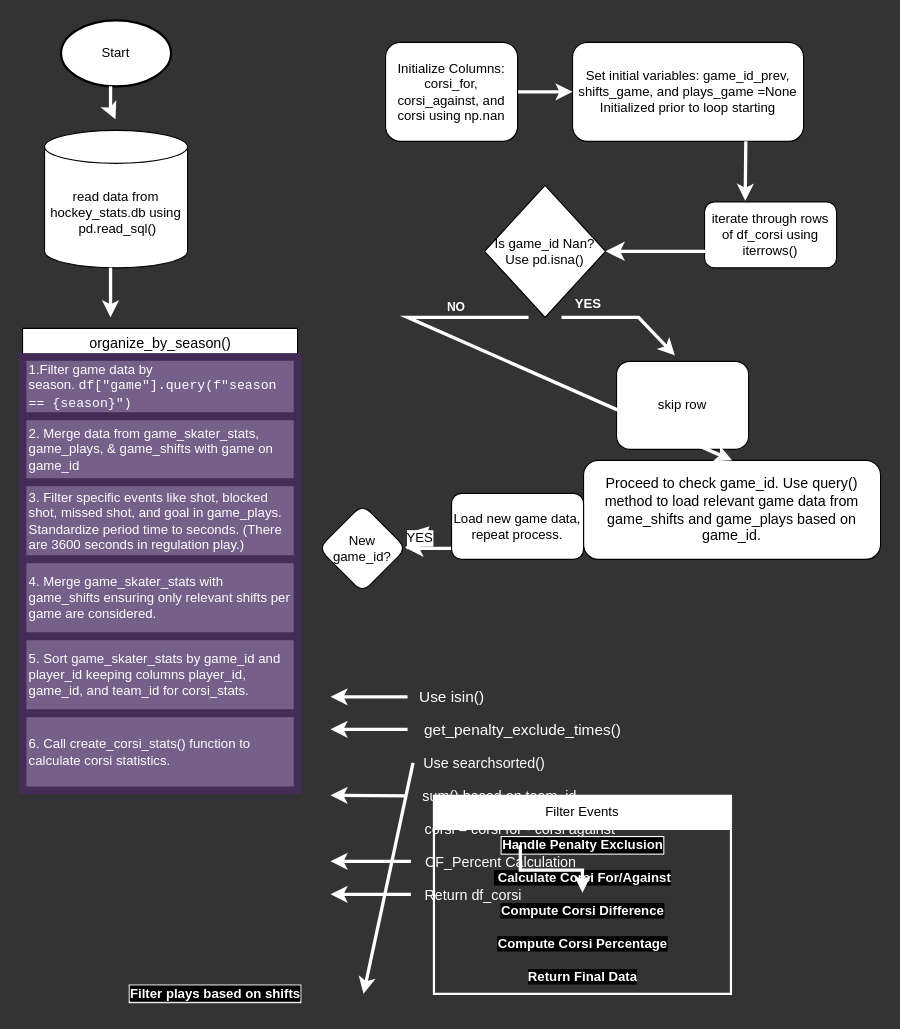
ewnike/cost_cup keeps this draw.io diagram as flowforcorsi.drawio. Above is the earlier version. Source tidied: cells renumbered, new cells numbered last; positions are measured from the earlier drawing's top-left corner, leaving out a move shared by most shapes. Both pictures are drawn from the tidied source at 110%, with x=0, y=0 at pixel (22, 20).
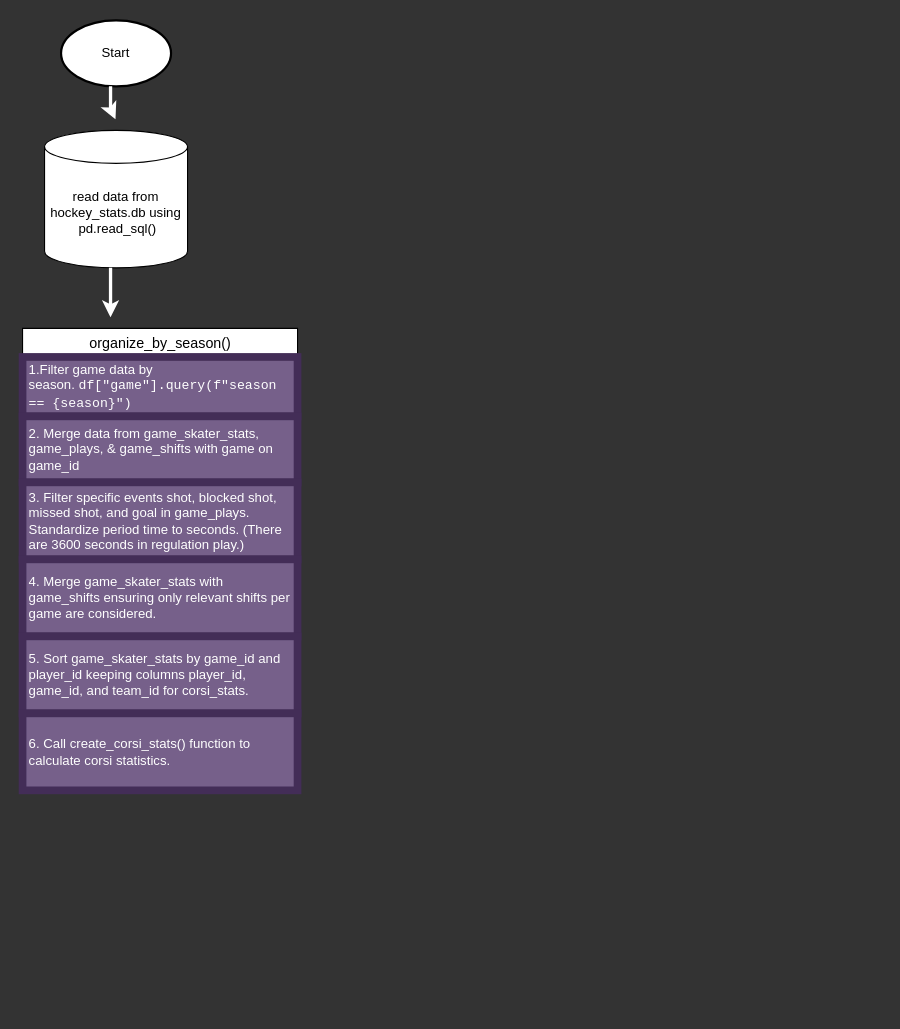
The same diagram, later.

The change refers to these unchanged cells:
```xml
<mxCell id="45" value="&lt;font style=&quot;font-size: 13px;&quot;&gt;organize_by_season()&lt;/font&gt;" style="swimlane;fontStyle=0;horizontal=1;startSize=26;html=1;" parent="1" vertex="1">
  <mxGeometry y="280" width="250" height="420" as="geometry" />
</mxCell>
```

What changed in the source:
```diff
@@
-    <mxCell id="3" value="Set initial variables: game_id_prev, shifts_game, and plays_game =None Initialized prior to loop starting" style="rounded=1;whiteSpace=wrap;html=1;fontSize=12;glass=0;strokeWidth=1;shadow=0;labelBackgroundColor=none;" parent="1" vertex="1">
-      <mxGeometry x="500" y="20" width="210" height="90" as="geometry" />
-    </mxCell>
@@
-    <mxCell id="5" style="edgeStyle=orthogonalEdgeStyle;rounded=0;jettySize=auto;html=1;strokeColor=#FFFFFF;strokeWidth=3;" parent="1" edge="1" source="6" target="3">
-      <mxGeometry relative="1" as="geometry" />
-    </mxCell>
-    <mxCell id="6" value="Initialize Columns: corsi_for, corsi_against, and corsi using np.nan" style="rounded=1;whiteSpace=wrap;html=1;fontSize=12;glass=0;strokeWidth=1;shadow=0;labelBackgroundColor=none;" parent="1" vertex="1">
-      <mxGeometry x="330" y="20" width="120" height="90" as="geometry" />
-    </mxCell>
-    <mxCell id="7" value="iterate through rows of df_corsi using iterrows()" style="rounded=1;whiteSpace=wrap;html=1;labelBackgroundColor=none;" parent="1" vertex="1">
-      <mxGeometry x="620" y="165" width="120" height="60" as="geometry" />
-    </mxCell>
-    <mxCell id="8" value="Is game_id Nan? Use pd.isna()" style="rhombus;whiteSpace=wrap;html=1;labelBackgroundColor=none;" parent="1" vertex="1">
-      <mxGeometry x="420" y="150" width="110" height="120" as="geometry" />
-    </mxCell>
-    <mxCell id="9" value="skip row" style="rounded=1;whiteSpace=wrap;html=1;labelBackgroundColor=none;" parent="1" vertex="1">
-      <mxGeometry x="540" y="310" width="120" height="80" as="geometry" />
-    </mxCell>
-    <mxCell id="10" style="edgeStyle=orthogonalEdgeStyle;rounded=0;jettySize=auto;html=1;endWidth=18;labelBackgroundColor=none;fontColor=default;strokeColor=#FFFFFF;strokeWidth=3;" parent="1" edge="1" source="11" target="12">
-      <mxGeometry relative="1" as="geometry" />
-    </mxCell>
-    <mxCell id="11" value="Proceed to check game_id. Use query() method to load relevant game data from game_shifts and game_plays based on game_id." style="rounded=1;whiteSpace=wrap;html=1;direction=west;labelBackgroundColor=none;fontSize=13;" parent="1" vertex="1">
-      <mxGeometry x="510" y="400" width="270" height="90" as="geometry" />
-    </mxCell>
-    <mxCell id="12" value="New game_id?" style="rhombus;whiteSpace=wrap;html=1;rounded=1;labelBackgroundColor=none;" parent="1" vertex="1">
-      <mxGeometry x="269" y="440" width="80" height="80" as="geometry" />
-    </mxCell>
-    <mxCell id="13" value="Load new game data, repeat process." style="rounded=1;whiteSpace=wrap;html=1;labelBackgroundColor=none;" parent="1" vertex="1">
-      <mxGeometry x="390" y="430" width="120" height="60" as="geometry" />
-    </mxCell>
-    <mxCell id="14" value="Filter Events" style="swimlane;fontStyle=0;horizontal=1;startSize=30;whiteSpace=wrap;strokeWidth=2;perimeterSpacing=2;labelBackgroundColor=default;labelBorderColor=#FFFFFF;strokeColor=#FFFFFF;swimlaneFillColor=none;fixDash=1;direction=east;perimeter=stepPerimeter;html=1;flipH=0;rotation=0;" parent="1" vertex="1">
-      <mxGeometry x="374" y="705" width="270" height="180" as="geometry" />
-    </mxCell>
-    <mxCell id="15" value="&lt;font color=&quot;#ffffff&quot;&gt;Handle Penalty Exclusion&lt;/font&gt;" style="text;html=1;align=center;verticalAlign=middle;labelBackgroundColor=#000000;fontStyle=1;labelBorderColor=#FFFFFF;" parent="14" vertex="1">
-      <mxGeometry y="30" width="270" height="30" as="geometry" />
-    </mxCell>
-    <mxCell id="16" value="&lt;b style=&quot;caret-color: rgb(255, 255, 255); color: rgb(255, 255, 255); font-family: Helvetica; font-size: 12px; font-style: normal; font-variant-caps: normal; letter-spacing: normal; orphans: auto; text-align: center; text-indent: 0px; text-transform: none; white-space: nowrap; widows: auto; word-spacing: 0px; -webkit-text-stroke-width: 0px; background-color: rgb(0, 0, 0); text-decoration: none;&quot;&gt;&amp;nbsp;Calculate Corsi For/Against&lt;/b&gt;" style="text;html=1;align=center;verticalAlign=middle;fillColor=none;labelBackgroundColor=none;imageHeight=36;perimeterSpacing=3;strokeWidth=3;" parent="14" vertex="1">
-      <mxGeometry y="60" width="270" height="30" as="geometry" />
-    </mxCell>
-    <mxCell id="17" value="&lt;font color=&quot;#ffffff&quot;&gt;&lt;span style=&quot;caret-color: rgb(255, 255, 255); background-color: rgb(0, 0, 0);&quot;&gt;&lt;b&gt;Compute Corsi Difference&lt;/b&gt;&lt;/span&gt;&lt;/font&gt;" style="text;html=1;align=center;verticalAlign=middle;points=[];fillColor=none;labelBackgroundColor=none;backgroundOutline=0;perimeterSpacing=2;" parent="14" vertex="1">
-      <mxGeometry y="90" width="270" height="30" as="geometry" />
-    </mxCell>
-    <mxCell id="18" value="&lt;font color=&quot;#ffffff&quot;&gt;&lt;span style=&quot;caret-color: rgb(255, 255, 255); background-color: rgb(0, 0, 0);&quot;&gt;&lt;b&gt;Compute Corsi Percentage&lt;/b&gt;&lt;/span&gt;&lt;/font&gt;" style="text;html=1;align=center;verticalAlign=middle;fillColor=none;labelBackgroundColor=none;backgroundOutline=0;perimeterSpacing=2;" parent="14" vertex="1">
-      <mxGeometry y="120" width="270" height="30" as="geometry" />
-    </mxCell>
-    <mxCell id="19" value="&lt;font color=&quot;#ffffff&quot;&gt;&lt;span style=&quot;caret-color: rgb(255, 255, 255); background-color: rgb(0, 0, 0);&quot;&gt;&lt;b&gt;Return Final Data&lt;/b&gt;&lt;/span&gt;&lt;/font&gt;" style="text;html=1;align=center;verticalAlign=middle;fillColor=none;labelBackgroundColor=none;backgroundOutline=0;perimeterSpacing=2;" parent="14" vertex="1">
-      <mxGeometry y="150" width="270" height="30" as="geometry" />
-    </mxCell>
-    <mxCell id="20" style="endArrow=classic;html=1;rounded=0;entryX=0.5;entryY=1;entryDx=0;entryDy=0;labelBackgroundColor=none;fontColor=default;strokeColor=#FFFFFF;strokeWidth=3;" parent="1" edge="1" target="11">
-      <mxGeometry relative="1" as="geometry">
-        <mxPoint x="460" y="270" as="sourcePoint" />
-        <Array as="points">
-          <mxPoint x="350" y="270" />
-        </Array>
-      </mxGeometry>
-    </mxCell>
-    <mxCell id="21" style="endArrow=classic;html=1;rounded=0;entryX=0.442;entryY=-0.067;entryDx=0;entryDy=0;entryPerimeter=0;labelBackgroundColor=none;fontColor=default;strokeColor=#FFFFFF;strokeWidth=3;" parent="1" edge="1" target="9">
-      <mxGeometry relative="1" as="geometry">
-        <mxPoint x="490" y="270" as="sourcePoint" />
-        <Array as="points">
-          <mxPoint x="560" y="270" />
-        </Array>
-      </mxGeometry>
-    </mxCell>
-    <mxCell id="22" value="&lt;b&gt;&lt;font style=&quot;font-size: 12px;&quot; color=&quot;#ffffff&quot;&gt;YES&lt;/font&gt;&lt;/b&gt;" style="edgeLabel;html=1;align=center;verticalAlign=middle;labelBackgroundColor=none;" parent="21" vertex="1">
-      <mxGeometry relative="1" as="geometry">
-        <mxPoint x="-36" y="-13" as="offset" />
-      </mxGeometry>
-    </mxCell>
-    <mxCell id="23" value="&lt;font color=&quot;#ffffff&quot;&gt;&lt;b&gt;NO&lt;/b&gt;&lt;/font&gt;" style="edgeLabel;html=1;align=center;verticalAlign=middle;labelBackgroundColor=none;" parent="21" vertex="1">
-      <mxGeometry x="-0.57" y="-3" relative="1" as="geometry">
-        <mxPoint x="-122" y="-13" as="offset" />
-      </mxGeometry>
-    </mxCell>
-    <mxCell id="24" style="edgeStyle=segmentEdgeStyle;endArrow=classic;html=1;curved=0;rounded=0;endSize=8;startSize=8;sourcePerimeterSpacing=0;targetPerimeterSpacing=0;strokeColor=#FFFFFF;strokeWidth=3;exitX=0.025;exitY=0.367;exitDx=0;exitDy=0;exitPerimeter=0;" parent="1" edge="1" source="7" target="8">
-      <mxGeometry relative="1" as="geometry">
-        <Array as="points">
-          <mxPoint x="623" y="210" />
-        </Array>
-      </mxGeometry>
-    </mxCell>
-    <mxCell id="25" style="endArrow=classic;html=1;rounded=0;exitX=1;exitY=0.5;exitDx=0;exitDy=0;strokeWidth=3;strokeColor=#FFFFFF;" parent="1" edge="1" source="12">
-      <mxGeometry relative="1" as="geometry">
-        <mxPoint x="370" y="460" as="targetPoint" />
-      </mxGeometry>
-    </mxCell>
-    <mxCell id="26" value="&lt;span style=&quot;font-size: 12px;&quot;&gt;YES&lt;/span&gt;" style="edgeLabel;html=1;align=center;verticalAlign=middle;" parent="25" vertex="1">
-      <mxGeometry x="0.02" y="-1" relative="1" as="geometry" />
-    </mxCell>
-    <mxCell id="27" style="edgeStyle=none;jettySize=auto;html=1;rounded=0;exitX=0.75;exitY=1;exitDx=0;exitDy=0;strokeColor=#FFFFFF;strokeWidth=3;entryX=0.308;entryY=-0.017;entryDx=0;entryDy=0;entryPerimeter=0;" parent="1" edge="1" source="3" target="7">
-      <mxGeometry relative="1" as="geometry" />
-    </mxCell>
-    <mxCell id="28" value="&lt;font style=&quot;font-size: 14px;&quot; color=&quot;#ffffff&quot;&gt;Use isin()&lt;/font&gt;" style="text;html=1;align=center;verticalAlign=middle;points=[];strokeColor=none;fillColor=none;fontSize=14;" parent="1" vertex="1">
-      <mxGeometry x="350" y="600" width="80" height="30" as="geometry" />
-    </mxCell>
-    <mxCell id="29" style="endArrow=classic;html=1;rounded=0;exitX=0;exitY=0.5;exitDx=0;exitDy=0;exitPerimeter=0;strokeColor=#FFFFFF;strokeWidth=3;" parent="1" edge="1" source="28">
-      <mxGeometry relative="1" as="geometry">
-        <mxPoint x="280" y="615" as="targetPoint" />
-      </mxGeometry>
-    </mxCell>
-    <mxCell id="30" value="get_penalty_exclude_times()" style="text;html=1;align=center;verticalAlign=middle;whiteSpace=wrap;rounded=0;fontColor=#FFFFFF;fontSize=14;" parent="1" vertex="1">
-      <mxGeometry x="360" y="630" width="190" height="30" as="geometry" />
-    </mxCell>
-    <mxCell id="31" style="endArrow=classic;html=1;rounded=0;strokeColor=#FFFFFF;strokeWidth=3;" parent="1" edge="1">
-      <mxGeometry relative="1" as="geometry">
-        <mxPoint x="350" y="644.5" as="sourcePoint" />
-        <mxPoint x="280" y="644.5" as="targetPoint" />
-      </mxGeometry>
-    </mxCell>
-    <mxCell id="32" value="&lt;font style=&quot;font-size: 13px;&quot; color=&quot;#ffffff&quot;&gt;Use&amp;nbsp;&lt;/font&gt;&lt;font size=&quot;2&quot; color=&quot;#ffffff&quot;&gt;&lt;span style=&quot;caret-color: rgb(255, 255, 255);&quot;&gt;searchsorted()&lt;/span&gt;&lt;/font&gt;" style="text;html=1;align=center;verticalAlign=middle;whiteSpace=wrap;rounded=0;" parent="1" vertex="1">
-      <mxGeometry x="355" y="660" width="130" height="30" as="geometry" />
-    </mxCell>
-    <mxCell id="33" style="endArrow=classic;html=1;rounded=0;exitX=0;exitY=0.5;exitDx=0;exitDy=0;strokeColor=#FFFFFF;strokeWidth=3;entryX=0.989;entryY=0.5;entryDx=0;entryDy=0;entryPerimeter=0;" parent="1" edge="1" source="32" target="52">
-      <mxGeometry relative="1" as="geometry" />
-    </mxCell>
-    <mxCell id="34" value="&lt;font style=&quot;font-size: 13px;&quot; color=&quot;#ffffff&quot;&gt;sum() based on team_id&lt;/font&gt;" style="text;html=1;align=center;verticalAlign=middle;whiteSpace=wrap;rounded=0;" parent="1" vertex="1">
-      <mxGeometry x="349" y="690" width="170" height="30" as="geometry" />
-    </mxCell>
-    <mxCell id="35" style="endArrow=classic;html=1;rounded=0;exitX=0;exitY=0.5;exitDx=0;exitDy=0;fontColor=#FFFFFF;strokeColor=#FFFFFF;strokeWidth=3;endSize=6;jumpSize=6;" parent="1" edge="1" source="34">
-      <mxGeometry relative="1" as="geometry">
-        <mxPoint x="280" y="704.5" as="targetPoint" />
-        <Array as="points">
-          <mxPoint x="280" y="704.5" />
-        </Array>
-      </mxGeometry>
-    </mxCell>
-    <mxCell id="36" style="edgeStyle=orthogonalEdgeStyle;rounded=0;jettySize=auto;html=1;strokeColor=#FFFFFF;strokeWidth=3;" parent="1" edge="1" source="37" target="17">
-      <mxGeometry relative="1" as="geometry" />
-    </mxCell>
-    <mxCell id="37" value="&lt;font style=&quot;font-size: 13px;&quot; color=&quot;#ffffff&quot;&gt;corsi = corsi for - corsi against&lt;/font&gt;" style="text;html=1;align=center;verticalAlign=middle;whiteSpace=wrap;rounded=0;" parent="1" vertex="1">
-      <mxGeometry x="355" y="720" width="195" height="30" as="geometry" />
-    </mxCell>
-    <mxCell id="38" value="&lt;font style=&quot;font-size: 13px;&quot; color=&quot;#ffffff&quot;&gt;CF_Percent Calculation&lt;/font&gt;" style="text;html=1;align=center;verticalAlign=middle;whiteSpace=wrap;rounded=0;" parent="1" vertex="1">
-      <mxGeometry x="350" y="750" width="170" height="30" as="geometry" />
-    </mxCell>
-    <mxCell id="39" style="edgeStyle=orthogonalEdgeStyle;rounded=0;orthogonalLoop=1;jettySize=auto;html=1;strokeColor=#FFFFFF;strokeWidth=3;" parent="1" edge="1">
-      <mxGeometry relative="1" as="geometry">
-        <mxPoint x="353" y="764.5" as="sourcePoint" />
-        <mxPoint x="280" y="764.5" as="targetPoint" />
-      </mxGeometry>
-    </mxCell>
-    <mxCell id="40" value="&lt;font color=&quot;#ffffff&quot; style=&quot;font-size: 13px;&quot;&gt;Return df_corsi&lt;/font&gt;" style="text;html=1;align=center;verticalAlign=middle;whiteSpace=wrap;rounded=0;" parent="1" vertex="1">
-      <mxGeometry x="350" y="780" width="120" height="30" as="geometry" />
-    </mxCell>
-    <mxCell id="41" style="edgeStyle=orthogonalEdgeStyle;rounded=0;orthogonalLoop=1;jettySize=auto;html=1;strokeColor=#FFFFFF;strokeWidth=3;" parent="1" edge="1">
-      <mxGeometry relative="1" as="geometry">
-        <mxPoint x="353" y="794.5" as="sourcePoint" />
-        <mxPoint x="280" y="794.5" as="targetPoint" />
-        <Array as="points">
-          <mxPoint x="280" y="795" />
-          <mxPoint x="280" y="795" />
-        </Array>
-      </mxGeometry>
-    </mxCell>
@@
-    <mxCell id="48" value="3.&lt;font face=&quot;Helvetica&quot;&gt; Filter specific events like &lt;span style=&quot;caret-color: rgb(0, 0, 0);&quot;&gt;shot, blocked shot, missed shot, and goal in game_plays. Standardize period time to seconds. (There are 3600 seconds in regulation play.)&lt;/span&gt;&lt;/font&gt;" style="text;strokeColor=#432D57;fillColor=#76608a;align=left;verticalAlign=top;spacingLeft=4;spacingRight=4;overflow=hidden;whiteSpace=wrap;html=1;fontColor=#ffffff;perimeterSpacing=3;strokeWidth=7;" parent="45" vertex="1">
+    <mxCell id="48" value="3.&lt;font face=&quot;Helvetica&quot;&gt; Filter specific events&amp;nbsp;&lt;span style=&quot;caret-color: rgb(0, 0, 0);&quot;&gt;shot, blocked shot, missed shot, and goal in game_plays. Standardize period time to seconds. (There are 3600 seconds in regulation play.)&lt;/span&gt;&lt;/font&gt;" style="text;strokeColor=#432D57;fillColor=#76608a;align=left;verticalAlign=top;spacingLeft=4;spacingRight=4;overflow=hidden;whiteSpace=wrap;html=1;fontColor=#ffffff;perimeterSpacing=3;strokeWidth=7;" parent="45" vertex="1">
       <mxGeometry y="140" width="250" height="70" as="geometry" />
     </mxCell>
@@
-    <mxCell id="52" value="&lt;font color=&quot;#ffffff&quot;&gt;&lt;span style=&quot;caret-color: rgb(255, 255, 255); background-color: rgb(0, 0, 0);&quot;&gt;&lt;b&gt;Filter plays based on shifts&lt;/b&gt;&lt;/span&gt;&lt;/font&gt;" style="text;html=1;align=center;verticalAlign=middle;points=[];labelBackgroundColor=none;labelBorderColor=#FFFFFF;perimeterSpacing=3;strokeWidth=3;" parent="1" vertex="1">
-      <mxGeometry x="40" y="870" width="270" height="30" as="geometry" />
-    </mxCell>
```
